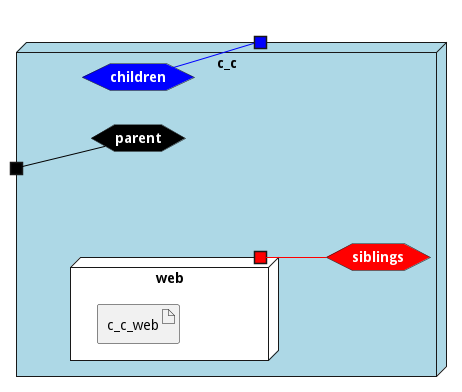
madajaju/edgemere keeps this PlantUML diagram as docs/edgemere/cpl/c/envs/prod/deployment.png. Above is the earlier version. Source of this version:
```plantuml
@startuml

left to right direction







node "c_c" #lightblue {


    hexagon parentnet #black [
            <b><color:white>parent</color></b>
    ]

    portin " " as parentnetPortIn #black
    parentnetPortIn -[#black]- parentnet

    hexagon childrennet #blue [
            <b><color:white>children</color></b>
    ]

    portout " " as childrennetPortOut #blue
    childrennet -[#blue]- childrennetPortOut

    hexagon siblingsnet #red [
            <b><color:white>siblings</color></b>
    ]


node "web" as webService #white {
    portOut " " as webServicesiblingsnet #red
   webServicesiblingsnet -[#red]- siblingsnet


    artifact "c_c_web" as c_c_webimage

}

}


@enduml
```
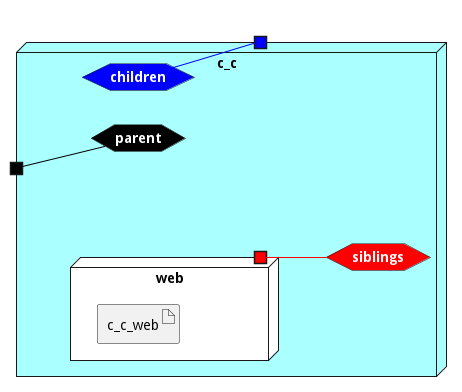
The same file after the commit.

The edit, as a diff of the source:
```diff
@@ -8,7 +8,7 @@
 
 
 
-node "c_c" #lightblue {
+node "c_c" #aaffff {
 
 
     hexagon parentnet #black [
```
